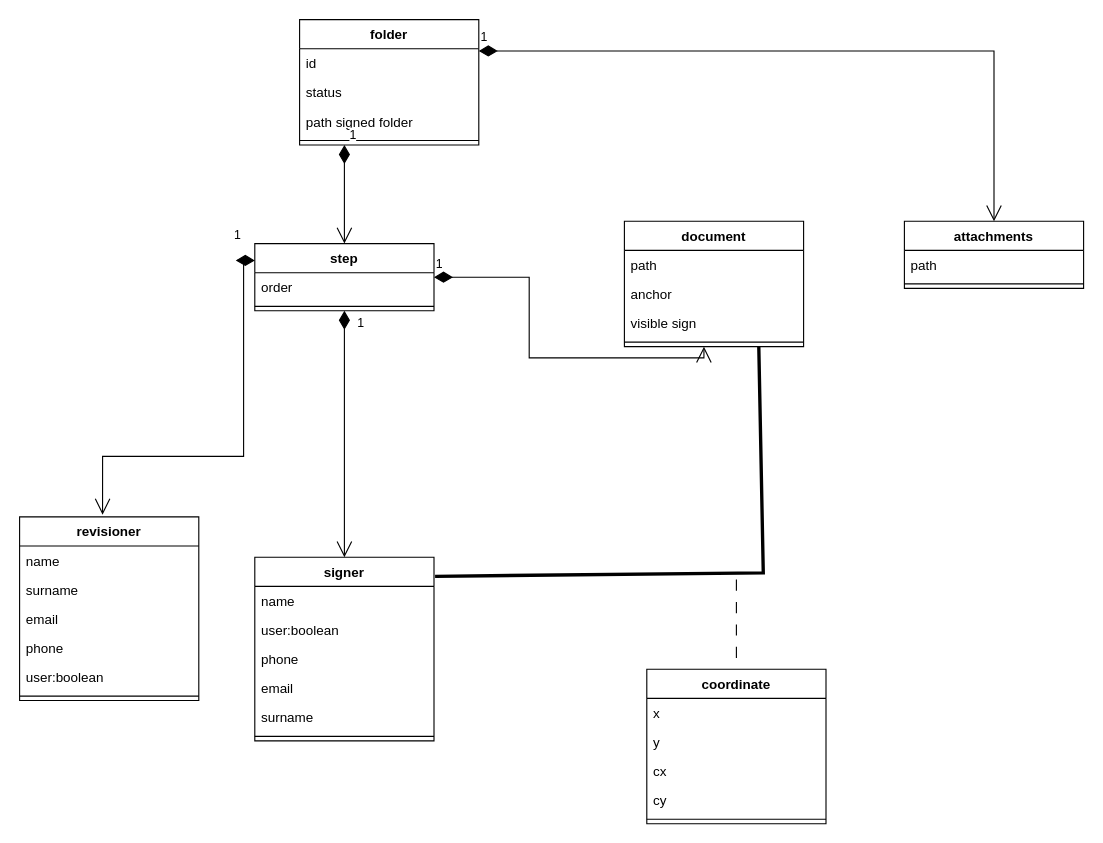
Before: page "model" (1 of 2) of model.drawio in carnivuth/digitalsignIntegrationdoc, a draw.io diagram. Source tidied: cells renumbered, new cells numbered last; positions are measured from the earlier drawing's top-left corner, leaving out a move shared by most shapes. Both pictures are drawn from the tidied source at 112%, with x=0, y=0 at pixel (19, 19).
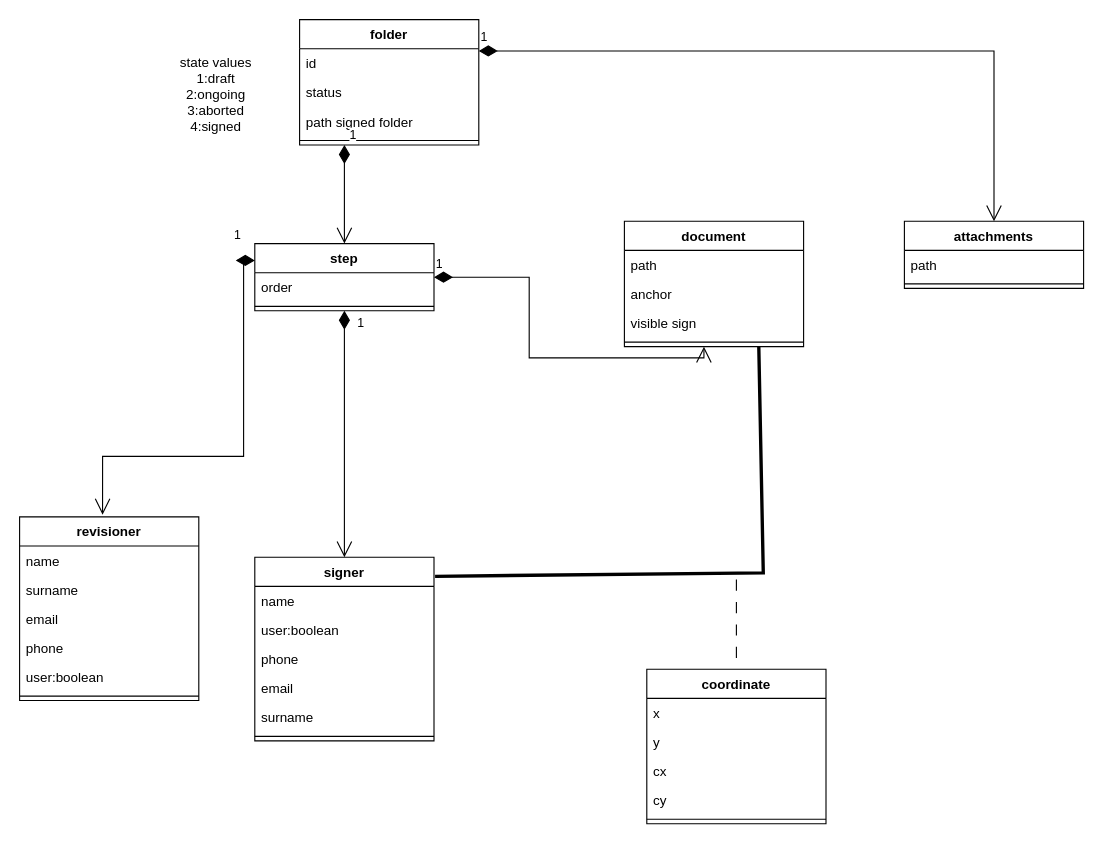
After the change.

Commit message:
added state values

Change to the diagram source:
```diff
@@
+    <mxCell id="45" value="&lt;div&gt;state values&lt;/div&gt;&lt;div&gt;1:draft&lt;/div&gt;&lt;div&gt;2:ongoing&lt;/div&gt;&lt;div&gt;3:aborted&lt;/div&gt;&lt;div&gt;4:signed&lt;br&gt;&lt;/div&gt;" style="text;html=1;align=center;verticalAlign=middle;strokeColor=none;fillColor=none;" parent="1" vertex="1">
+      <mxGeometry x="130" y="22" width="90" height="90" as="geometry" />
+    </mxCell>
```
